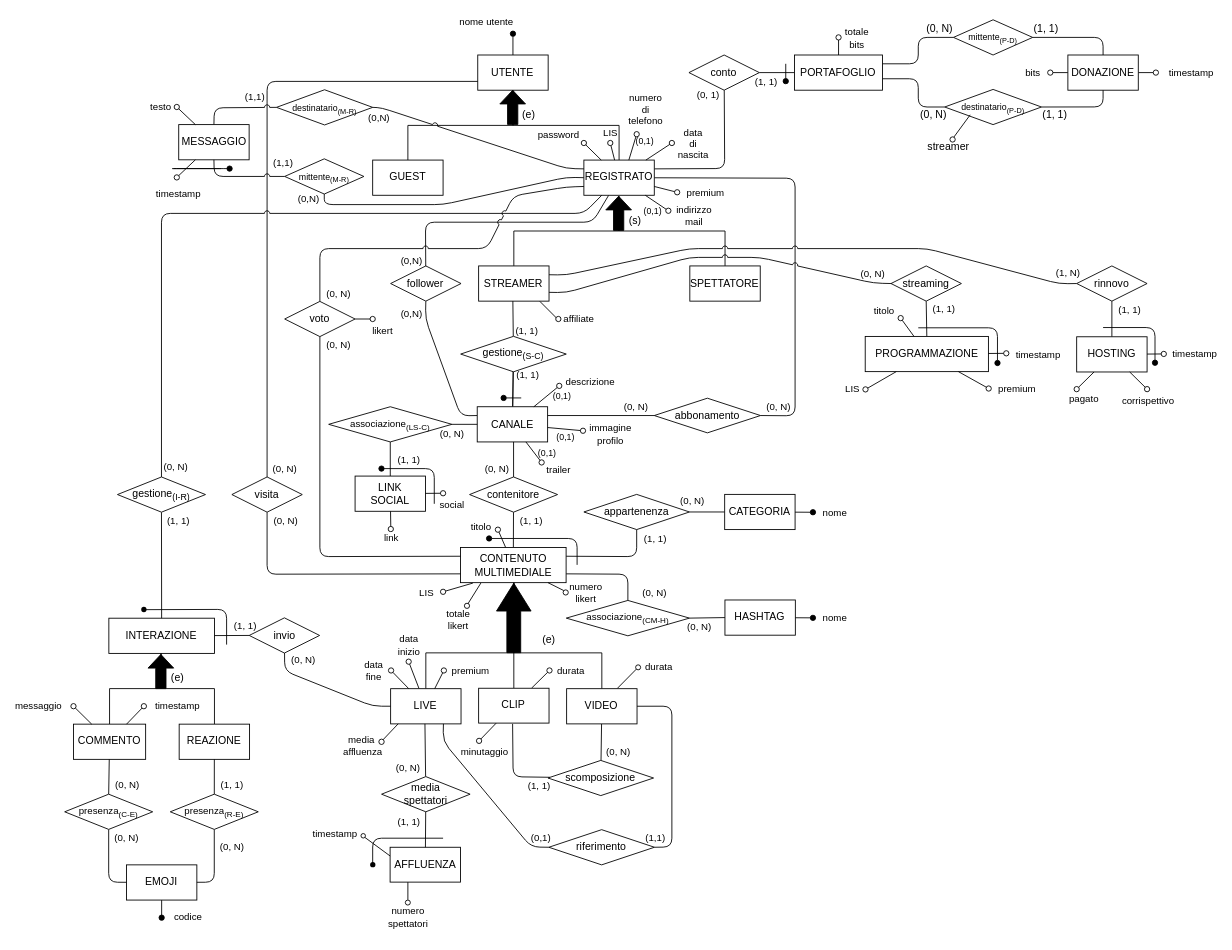
The draw.io diagram Progetto Esame - DBSperimentazioni A.A. 2023-2024/Diagrammi/1.5 Schema E-R.drawio in Mattron2000/Basi_di_dati, before the edit. Source tidied: cells renumbered, new cells numbered last; positions are measured from the earlier drawing's top-left corner, leaving out a move shared by most shapes. Both pictures are drawn from the tidied source at 88%, with x=0, y=0 at pixel (64, 15).
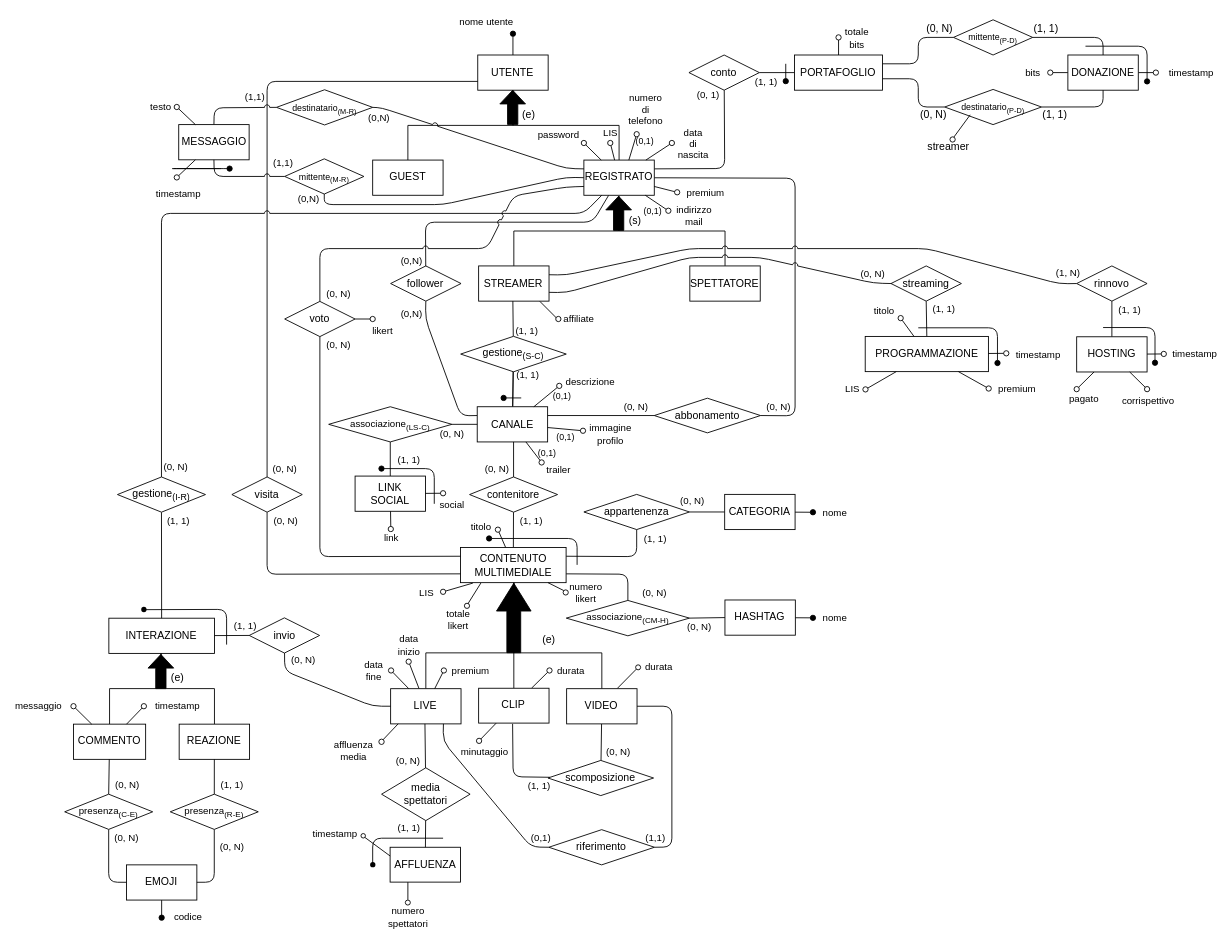
After the change.

Commit message (it also covers changes not shown here):
Aggiornamento e correzione schema ER

Ultimano schema ER, leggera modifica a strategia BOTTOM-UP nel file "2 Schema progettazione concettuale.md", file drawio e png definitivi dello schema ER aggiornati.

The edit, as a diff of the source:
```diff
@@
     <mxCell id="155" value="media&lt;br&gt;spettatori" style="rhombus;whiteSpace=wrap;html=1;" parent="1" vertex="1">
-      <mxGeometry x="360.1" y="865" width="100.6" height="40" as="geometry" />
+      <mxGeometry x="360.1" y="855" width="100.6" height="60" as="geometry" />
     </mxCell>
@@
-    <mxCell id="249" value="&lt;font style=&quot;font-size: 11px;&quot;&gt;media&lt;br&gt;&amp;nbsp;affluenza&lt;/font&gt;" style="text;html=1;align=center;verticalAlign=middle;strokeColor=none;fillColor=none;fontSize=10;" parent="1" vertex="1">
-      <mxGeometry x="304.4" y="811" width="66" height="38" as="geometry" />
+    <mxCell id="249" value="&lt;font style=&quot;font-size: 11px;&quot;&gt;affluenza &lt;br&gt;media&lt;/font&gt;" style="text;html=1;align=center;verticalAlign=middle;strokeColor=none;fillColor=none;fontSize=10;" parent="1" vertex="1">
+      <mxGeometry x="293.1" y="816" width="70" height="40" as="geometry" />
     </mxCell>
@@
+    <mxCell id="259" style="edgeStyle=none;shape=connector;rounded=1;fillStyle=auto;html=1;labelBackgroundColor=default;strokeColor=default;strokeWidth=1;fontFamily=Helvetica;fontSize=11;fontColor=default;endArrow=none;endFill=0;startSize=6;endSize=6;fillColor=#000000;startArrow=oval;startFill=1;" parent="1" edge="1">
+      <mxGeometry relative="1" as="geometry">
+        <mxPoint x="1230" y="75" as="sourcePoint" />
+        <mxPoint x="1160" y="35" as="targetPoint" />
+        <Array as="points">
+          <mxPoint x="1230" y="35" />
+        </Array>
+      </mxGeometry>
+    </mxCell>
```
